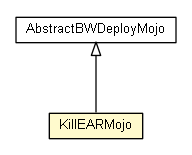
Above: bw-maven-plugin/apidocs/fr/fastconnect/factory/tibco/bw/maven/deployment/KillEARMojo.png in fastconnect/tibco-factory (Graphviz), before the change. Its source is kept beside it as bw-maven-plugin/apidocs/fr/fastconnect/factory/tibco/bw/maven/deployment/KillEARMojo.dot.
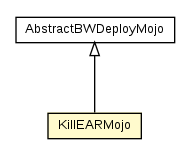
The same file after the commit.

Change to the diagram source:
```diff
@@ -1,18 +1,18 @@
 
 digraph G {
-	edge [fontname="arial",fontsize=10,labelfontname="arial",labelfontsize=10];
-	node [fontname="arial",fontsize=10,shape=plaintext];
+	edge [fontname="Helvetica",fontsize=10,labelfontname="Helvetica",labelfontsize=10];
+	node [fontname="Helvetica",fontsize=10,shape=plaintext];
 	nodesep=0.25;
 	ranksep=0.5;
-	c3041 [label=<<table title="fr.fastconnect.factory.tibco.bw.maven.deployment.KillEARMojo" border="0" cellborder="1" cellspacing="0" cellpadding="2" port="p" bgcolor="lemonChiffon" href="./KillEARMojo.html">
+	c3281 [label=<<table title="fr.fastconnect.factory.tibco.bw.maven.deployment.KillEARMojo" border="0" cellborder="1" cellspacing="0" cellpadding="2" port="p" bgcolor="lemonChiffon" href="./KillEARMojo.html">
 		<tr><td><table border="0" cellspacing="0" cellpadding="1">
 <tr><td align="center" balign="center"> KillEARMojo </td></tr>
 		</table></td></tr>
-		</table>>, URL="./KillEARMojo.html", fontname="arial", fontcolor="black", fontsize=10.0];
-	c3045 [label=<<table title="fr.fastconnect.factory.tibco.bw.maven.deployment.AbstractBWDeployMojo" border="0" cellborder="1" cellspacing="0" cellpadding="2" port="p" href="./AbstractBWDeployMojo.html">
+		</table>>, URL="./KillEARMojo.html", fontname="Helvetica", fontcolor="black", fontsize=10.0];
+	c3284 [label=<<table title="fr.fastconnect.factory.tibco.bw.maven.deployment.AbstractBWDeployMojo" border="0" cellborder="1" cellspacing="0" cellpadding="2" port="p" href="./AbstractBWDeployMojo.html">
 		<tr><td><table border="0" cellspacing="0" cellpadding="1">
 <tr><td align="center" balign="center"> AbstractBWDeployMojo </td></tr>
 		</table></td></tr>
-		</table>>, URL="./AbstractBWDeployMojo.html", fontname="arial", fontcolor="black", fontsize=10.0];
-	c3045:p -> c3041:p [dir=back,arrowtail=empty];
+		</table>>, URL="./AbstractBWDeployMojo.html", fontname="Helvetica", fontcolor="black", fontsize=10.0];
+	c3284:p -> c3281:p [dir=back,arrowtail=empty];
 }
```
